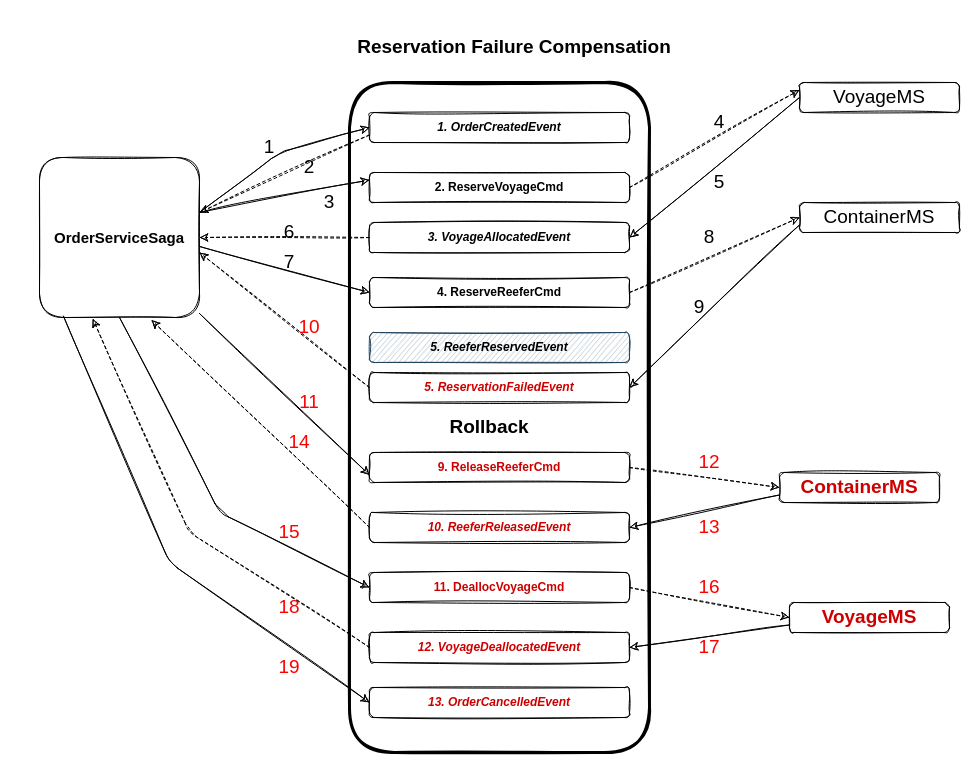
The draw.io diagram docs/images/ErrorPath.drawio in ibm-cloud-architecture/eda-saga-orchestration, before the edit. Source tidied: cells renumbered, new cells numbered last; positions are measured from the earlier drawing's top-left corner, leaving out a move shared by most shapes. Both pictures are drawn from the tidied source at 100%, with x=0, y=0 at pixel (39, 32).
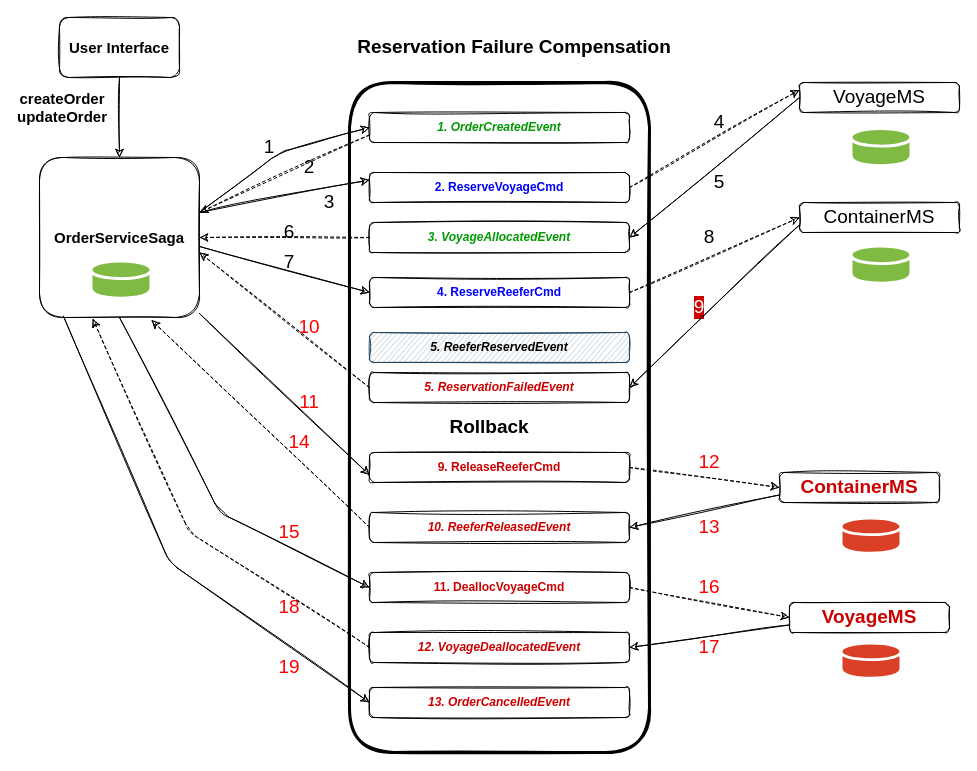
The same diagram, later.

The change refers to these unchanged cells:
```xml
<mxCell id="4" style="whiteSpace=wrap;html=1;rounded=1;sketch=1;" parent="1" vertex="1">
  <mxGeometry y="125" width="160" height="160" as="geometry" />
</mxCell>
```

Change to the diagram source:
```diff
@@
-    <mxCell id="6" value="&lt;span style=&quot;&quot;&gt;1. &lt;/span&gt;&lt;span style=&quot;&quot;&gt;OrderCreatedEvent&lt;/span&gt;" style="rounded=1;whiteSpace=wrap;html=1;sketch=1;fontStyle=3;" parent="1" vertex="1">
+    <mxCell id="6" value="&lt;span style=&quot;&quot;&gt;1. &lt;/span&gt;&lt;span style=&quot;&quot;&gt;OrderCreatedEvent&lt;/span&gt;" style="rounded=1;whiteSpace=wrap;html=1;sketch=1;fontStyle=3;fontColor=#009900;" parent="1" vertex="1">
       <mxGeometry x="330" y="80" width="260" height="30" as="geometry" />
     </mxCell>
-    <mxCell id="7" value="&lt;span style=&quot;&quot;&gt;3. &lt;/span&gt;&lt;span style=&quot;&quot;&gt;VoyageAllocatedEven&lt;/span&gt;&lt;span style=&quot;&quot;&gt;t&lt;/span&gt;" style="rounded=1;whiteSpace=wrap;html=1;sketch=1;fontStyle=3;" parent="1" vertex="1">
+    <mxCell id="7" value="&lt;span style=&quot;&quot;&gt;3. &lt;/span&gt;&lt;span style=&quot;&quot;&gt;VoyageAllocatedEven&lt;/span&gt;&lt;span style=&quot;&quot;&gt;t&lt;/span&gt;" style="rounded=1;whiteSpace=wrap;html=1;sketch=1;fontStyle=3;fontColor=#009900;" parent="1" vertex="1">
       <mxGeometry x="330" y="190" width="260" height="30" as="geometry" />
     </mxCell>
@@
-    <mxCell id="17" value="&lt;span style=&quot;&quot;&gt;2. ReserveVoyageCmd&lt;/span&gt;" style="rounded=1;whiteSpace=wrap;html=1;sketch=1;fontStyle=1;" parent="1" vertex="1">
+    <mxCell id="17" value="&lt;span style=&quot;&quot;&gt;2. ReserveVoyageCmd&lt;/span&gt;" style="rounded=1;whiteSpace=wrap;html=1;sketch=1;fontStyle=1;fontColor=#0000FF;" parent="1" vertex="1">
       <mxGeometry x="330" y="140" width="260" height="30" as="geometry" />
     </mxCell>
@@
-    <mxCell id="24" value="&lt;span style=&quot;&quot;&gt;4. ReserveReeferCmd&lt;/span&gt;" style="rounded=1;whiteSpace=wrap;html=1;sketch=1;fontStyle=1;" parent="1" vertex="1">
+    <mxCell id="24" value="&lt;span style=&quot;&quot;&gt;4. ReserveReeferCmd&lt;/span&gt;" style="rounded=1;whiteSpace=wrap;html=1;sketch=1;fontStyle=1;fontColor=#0000FF;" parent="1" vertex="1">
       <mxGeometry x="330" y="245" width="260" height="30" as="geometry" />
     </mxCell>
@@
-    <mxCell id="29" value="9" style="text;html=1;strokeColor=none;fillColor=none;align=center;verticalAlign=middle;whiteSpace=wrap;rounded=0;sketch=1;fontSize=19;" parent="1" vertex="1">
+    <mxCell id="29" value="9" style="text;html=1;strokeColor=none;fillColor=none;align=center;verticalAlign=middle;whiteSpace=wrap;rounded=0;sketch=1;fontSize=19;fontColor=#FFFFFF;labelBackgroundColor=#CC0000;" parent="1" vertex="1">
       <mxGeometry x="640" y="265" width="40" height="20" as="geometry" />
     </mxCell>
@@
+    <mxCell id="60" style="sketch=0;shadow=0;dashed=0;html=1;strokeColor=none;labelPosition=center;verticalLabelPosition=bottom;verticalAlign=top;align=center;shape=mxgraph.office.databases.database_mini_1;fillColor=#DA4026;rounded=1;labelBackgroundColor=#CC0000;fillStyle=hachure;fontSize=15;fontColor=#FFFFFF;" parent="1" vertex="1">
+      <mxGeometry x="803" y="487" width="57" height="33" as="geometry" />
+    </mxCell>
+    <mxCell id="61" style="sketch=0;shadow=0;dashed=0;html=1;strokeColor=none;labelPosition=center;verticalLabelPosition=bottom;verticalAlign=top;align=center;shape=mxgraph.office.databases.database_mini_1;fillColor=#DA4026;rounded=1;labelBackgroundColor=#CC0000;fillStyle=hachure;fontSize=15;fontColor=#FFFFFF;" parent="1" vertex="1">
+      <mxGeometry x="803" y="612" width="57" height="33" as="geometry" />
+    </mxCell>
+    <mxCell id="62" style="sketch=0;shadow=0;dashed=0;html=1;strokeColor=none;labelPosition=center;verticalLabelPosition=bottom;verticalAlign=top;align=center;shape=mxgraph.office.databases.database_mini_1;fillColor=#7FBA42;rounded=1;labelBackgroundColor=#CC0000;fillStyle=hachure;fontSize=15;fontColor=#FFFFFF;" parent="1" vertex="1">
+      <mxGeometry x="813" y="215" width="57" height="35" as="geometry" />
+    </mxCell>
+    <mxCell id="63" style="sketch=0;shadow=0;dashed=0;html=1;strokeColor=none;labelPosition=center;verticalLabelPosition=bottom;verticalAlign=top;align=center;shape=mxgraph.office.databases.database_mini_1;fillColor=#7FBA42;rounded=1;labelBackgroundColor=#CC0000;fillStyle=hachure;fontSize=15;fontColor=#FFFFFF;" parent="1" vertex="1">
+      <mxGeometry x="813" y="97.5" width="57" height="35" as="geometry" />
+    </mxCell>
+    <mxCell id="64" style="sketch=0;shadow=0;dashed=0;html=1;strokeColor=none;labelPosition=center;verticalLabelPosition=bottom;verticalAlign=top;align=center;shape=mxgraph.office.databases.database_mini_1;fillColor=#7FBA42;rounded=1;labelBackgroundColor=#CC0000;fillStyle=hachure;fontSize=15;fontColor=#FFFFFF;" parent="1" vertex="1">
+      <mxGeometry x="53" y="230" width="57" height="35" as="geometry" />
+    </mxCell>
+    <mxCell id="65" style="edgeStyle=orthogonalEdgeStyle;rounded=1;sketch=1;jettySize=auto;html=1;labelBackgroundColor=#CC0000;fontSize=15;fontColor=#000000;" parent="1" edge="1" source="66" target="4">
+      <mxGeometry relative="1" as="geometry" />
+    </mxCell>
+    <mxCell id="66" value="User Interface" style="rounded=1;whiteSpace=wrap;html=1;labelBackgroundColor=#FFFFFF;sketch=1;fillStyle=hachure;fontSize=15;fontColor=#000000;strokeWidth=1;fontStyle=1;" parent="1" vertex="1">
+      <mxGeometry x="20" y="-15" width="120" height="60" as="geometry" />
+    </mxCell>
+    <mxCell id="67" value="createOrder&lt;br&gt;updateOrder" style="text;html=1;strokeColor=none;fillColor=none;align=center;verticalAlign=middle;whiteSpace=wrap;rounded=0;labelBackgroundColor=#FFFFFF;sketch=1;fillStyle=hachure;fontSize=15;fontColor=#000000;fontStyle=1;" parent="1" vertex="1">
+      <mxGeometry x="-7" y="60" width="60" height="30" as="geometry" />
+    </mxCell>
```
